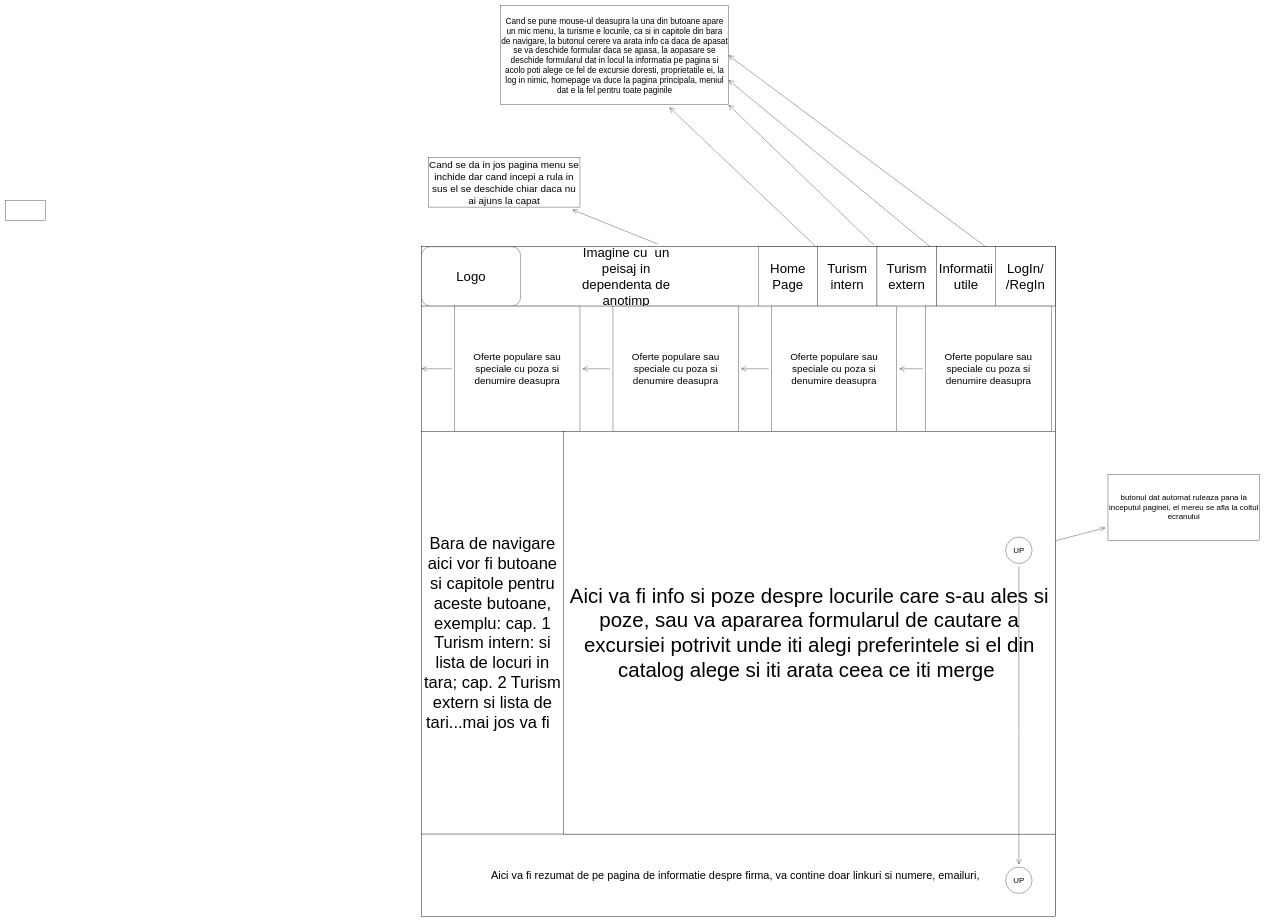
Goner2202/Site_Project keeps this draw.io diagram as Site_Project.drawio. Above is the earlier version. Source tidied: cells renumbered, new cells numbered last; positions are measured from the earlier drawing's top-left corner, leaving out a move shared by most shapes. Both pictures are drawn from the tidied source at 33%, with x=0, y=0 at pixel (6, 6).
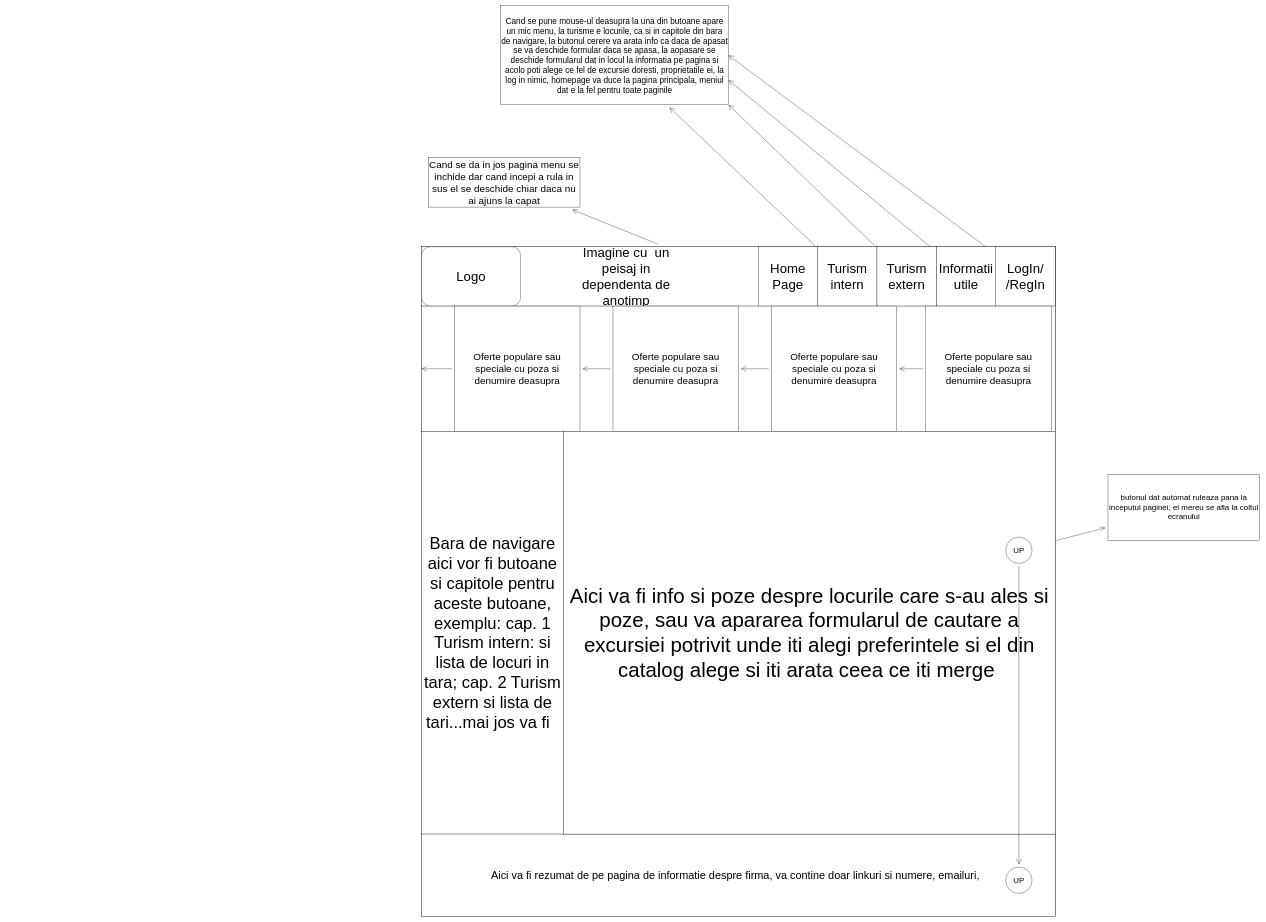
Above is the later version.

Change to the diagram source:
```diff
@@
-    <mxCell id="35" style="whiteSpace=wrap;html=1;hachureGap=4;" parent="1" vertex="1">
-      <mxGeometry y="590" width="120" height="60" as="geometry" />
-    </mxCell>
```
